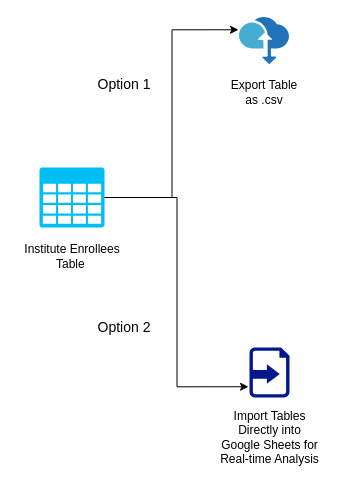
Before: Untitled Diagram.drawio in CodeExplorerRay/workflows, a draw.io diagram. Source tidied: cells renumbered, new cells numbered last; positions are measured from the earlier drawing's top-left corner, leaving out a move shared by most shapes. Both pictures are drawn from the tidied source at 100%, with x=0, y=0 at pixel (17, 17).
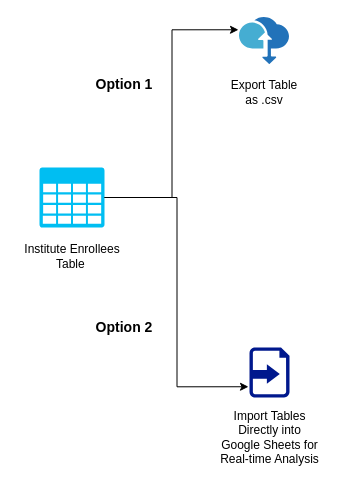
After the change.

Commit message:
Data Import / Export

Change to the diagram source:
```diff
@@
 <mxGraphModel>
   <root>
     <mxCell id="0" />
     <mxCell id="1" parent="0" />
     <mxCell id="2" style="image;sketch=0;html=1;points=[];align=center;fontSize=12;image=img/lib/mscae/Data_Box.svg;" parent="1" vertex="1">
       <mxGeometry x="222" width="50" height="47" as="geometry" />
     </mxCell>
     <mxCell id="3" style="edgeStyle=orthogonalEdgeStyle;rounded=0;orthogonalLoop=1;jettySize=auto;html=1;exitX=0.5;exitY=1;exitDx=0;exitDy=0;" parent="1" edge="1">
       <mxGeometry relative="1" as="geometry">
         <mxPoint x="192" y="110" as="sourcePoint" />
         <mxPoint x="192" y="110" as="targetPoint" />
       </mxGeometry>
     </mxCell>
     <mxCell id="4" style="edgeStyle=orthogonalEdgeStyle;rounded=0;orthogonalLoop=1;jettySize=auto;html=1;exitX=0.5;exitY=1;exitDx=0;exitDy=0;" parent="1" edge="1">
       <mxGeometry relative="1" as="geometry">
         <mxPoint x="192" y="110" as="sourcePoint" />
         <mxPoint x="192" y="110" as="targetPoint" />
       </mxGeometry>
     </mxCell>
     <mxCell id="5" value="Export Table as .csv" style="text;html=1;align=center;verticalAlign=middle;whiteSpace=wrap;rounded=0;" parent="1" vertex="1">
       <mxGeometry x="207" y="60" width="80" height="30" as="geometry" />
     </mxCell>
     <mxCell id="6" value="Import Tables Directly into Google Sheets for Real-time Analysis" style="text;html=1;align=center;verticalAlign=middle;whiteSpace=wrap;rounded=0;" parent="1" vertex="1">
       <mxGeometry x="199.5" y="400" width="105" height="40" as="geometry" />
     </mxCell>
     <mxCell id="7" style="sketch=0;shadow=0;dashed=0;html=1;strokeColor=none;labelPosition=center;verticalLabelPosition=bottom;verticalAlign=top;align=center;fillColor=#00188D;shape=mxgraph.mscae.enterprise.import_generic;" parent="1" vertex="1">
       <mxGeometry x="232" y="330" width="40" height="50" as="geometry" />
     </mxCell>
     <mxCell id="8" value="Institute Enrollees Table&amp;nbsp;" style="text;html=1;align=center;verticalAlign=middle;whiteSpace=wrap;rounded=0;" parent="1" vertex="1">
       <mxGeometry x="-0.5" y="224" width="110" height="30" as="geometry" />
     </mxCell>
     <mxCell id="9" style="verticalLabelPosition=bottom;html=1;verticalAlign=top;align=center;strokeColor=none;fillColor=#00BEF2;shape=mxgraph.azure.storage;" parent="1" vertex="1">
       <mxGeometry x="22" y="150" width="65" height="60" as="geometry" />
     </mxCell>
     <mxCell id="10" style="edgeStyle=orthogonalEdgeStyle;rounded=0;jettySize=auto;html=1;entryX=-0.025;entryY=0.785;entryDx=0;entryDy=0;entryPerimeter=0;" parent="1" edge="1" source="9" target="7">
       <mxGeometry relative="1" as="geometry" />
     </mxCell>
     <mxCell id="11" style="edgeStyle=orthogonalEdgeStyle;rounded=0;jettySize=auto;html=1;entryX=-0.02;entryY=0.261;entryDx=0;entryDy=0;entryPerimeter=0;" parent="1" edge="1" source="9" target="2">
       <mxGeometry relative="1" as="geometry" />
     </mxCell>
-    <mxCell id="12" value="&lt;font style=&quot;font-size: 14px;&quot;&gt;Option 1&lt;/font&gt;" style="text;html=1;align=center;verticalAlign=middle;whiteSpace=wrap;rounded=0;" parent="1" vertex="1">
+    <mxCell id="12" value="&lt;font style=&quot;font-size: 14px;&quot;&gt;Option 1&lt;/font&gt;" style="text;html=1;align=center;verticalAlign=middle;whiteSpace=wrap;rounded=0;fontStyle=1;" parent="1" vertex="1">
       <mxGeometry x="72" y="47" width="70" height="40" as="geometry" />
     </mxCell>
-    <mxCell id="13" value="&lt;font style=&quot;font-size: 14px;&quot;&gt;Option 2&lt;/font&gt;" style="text;html=1;align=center;verticalAlign=middle;whiteSpace=wrap;rounded=0;" parent="1" vertex="1">
+    <mxCell id="13" value="&lt;font style=&quot;font-size: 14px;&quot;&gt;Option 2&lt;/font&gt;" style="text;html=1;align=center;verticalAlign=middle;whiteSpace=wrap;rounded=0;fontStyle=1;" parent="1" vertex="1">
       <mxGeometry x="72" y="290" width="70" height="40" as="geometry" />
     </mxCell>
   </root>
 </mxGraphModel>
```
